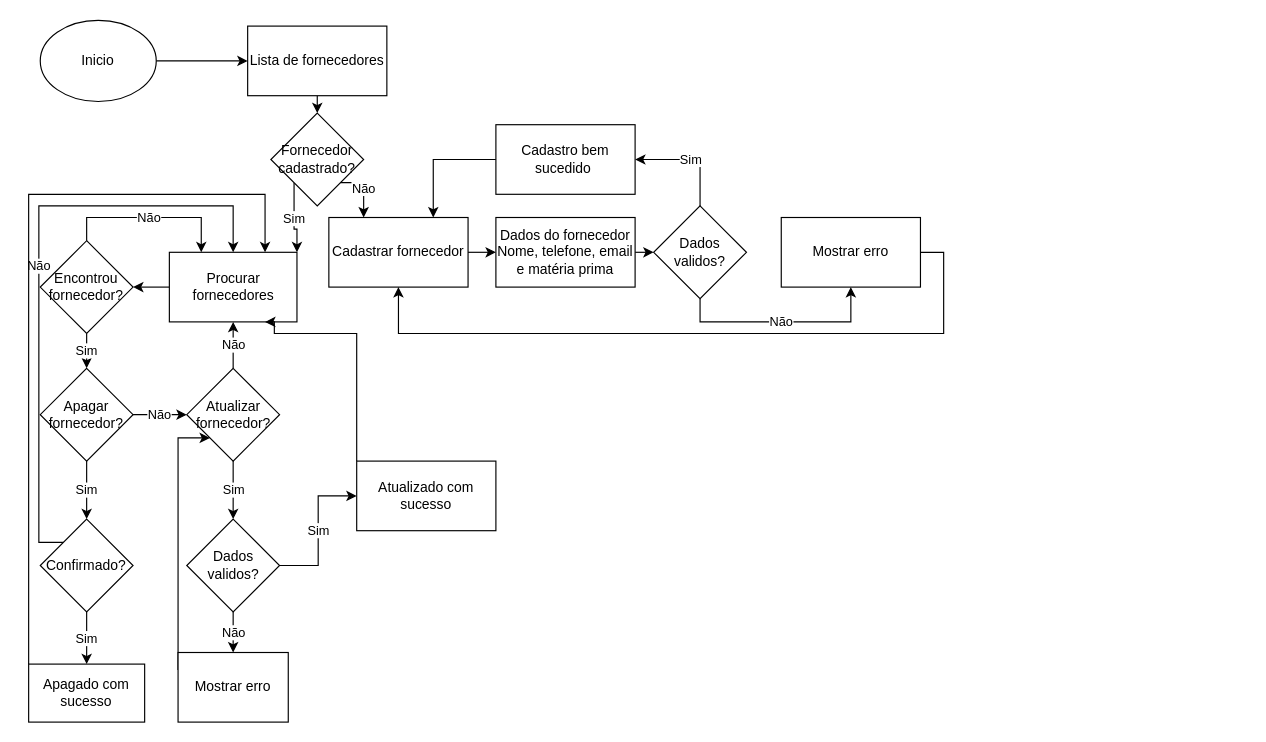
Above: page "Página-2" (2 of 6) of doc/fluxograma.drawio in D3ise/fluxograma (draw.io), before the change. Source tidied: cells renumbered, new cells numbered last; positions are measured from the earlier drawing's top-left corner, leaving out a move shared by most shapes. Both pictures are drawn from the tidied source at 116%, with x=0, y=0 at pixel (28, 20).
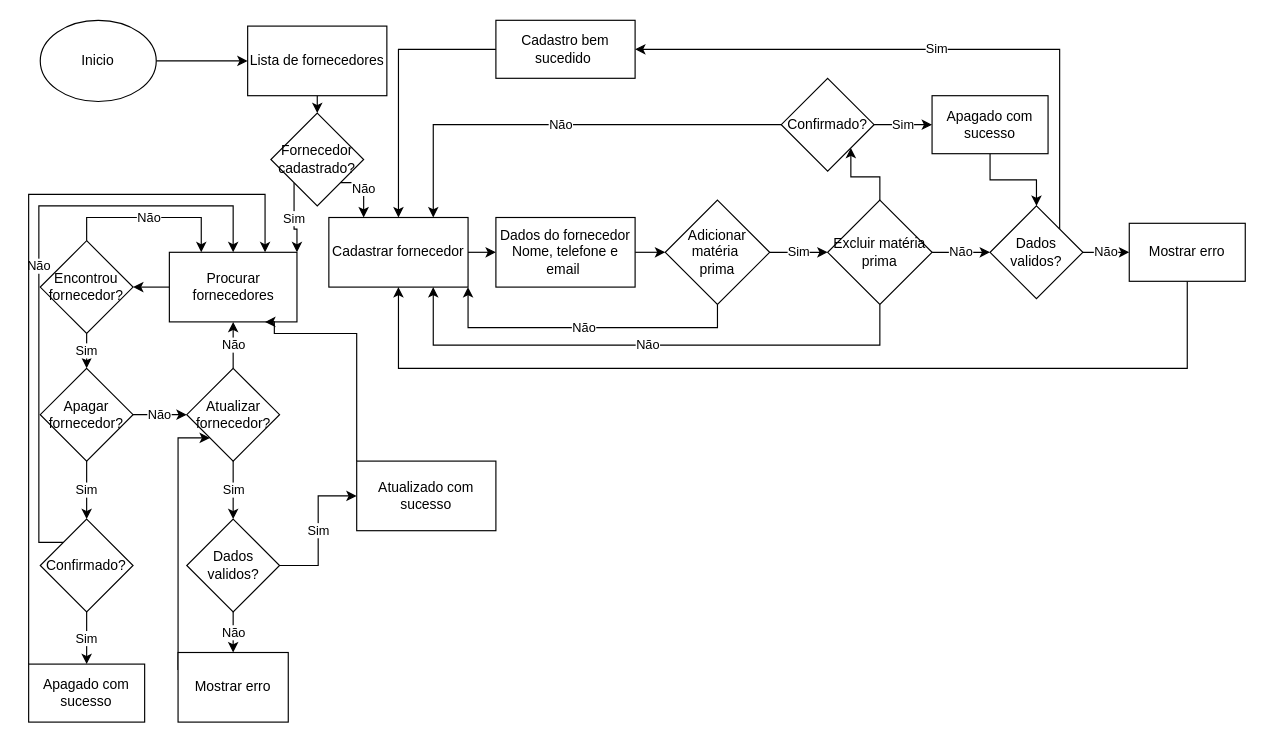
Above is the later version.

The change refers to these unchanged cells:
```xml
<mxCell id="15" value="Cadastrar fornecedor" style="rounded=0;whiteSpace=wrap;html=1;" parent="1" vertex="1">
  <mxGeometry x="259" y="170" width="120" height="60" as="geometry" />
</mxCell>
```

Diff of the diagram source:
```diff
@@
-    <mxCell id="7" style="edgeStyle=orthogonalEdgeStyle;rounded=0;jettySize=auto;html=1;exitX=1;exitY=0.5;exitDx=0;exitDy=0;entryX=0;entryY=0.5;entryDx=0;entryDy=0;" parent="1" edge="1" source="8" target="11">
-      <mxGeometry relative="1" as="geometry" />
-    </mxCell>
-    <mxCell id="8" value="Dados do fornecedor Nome, telefone, email e matéria prima" style="rounded=0;whiteSpace=wrap;html=1;" parent="1" vertex="1">
-      <mxGeometry x="403" y="170" width="120" height="60" as="geometry" />
-    </mxCell>
-    <mxCell id="9" value="Sim" style="edgeStyle=orthogonalEdgeStyle;rounded=0;jettySize=auto;html=1;exitX=0.5;exitY=0;exitDx=0;exitDy=0;entryX=1;entryY=0.5;entryDx=0;entryDy=0;" parent="1" edge="1" source="11" target="22">
-      <mxGeometry relative="1" as="geometry" />
+    <mxCell id="9" value="Sim" style="edgeStyle=orthogonalEdgeStyle;rounded=0;jettySize=auto;html=1;exitX=1;exitY=0;exitDx=0;exitDy=0;entryX=1;entryY=0.5;entryDx=0;entryDy=0;" parent="1" edge="1" source="11" target="22">
+      <mxGeometry relative="1" as="geometry">
+        <Array as="points">
+          <mxPoint x="889" y="25" />
+        </Array>
+      </mxGeometry>
     </mxCell>
-    <mxCell id="10" value="Não" style="edgeStyle=orthogonalEdgeStyle;rounded=0;jettySize=auto;html=1;" parent="1" edge="1" source="11" target="20">
-      <mxGeometry relative="1" as="geometry">
-        <Array as="points">
-          <mxPoint x="579" y="260" />
-          <mxPoint x="709" y="260" />
-        </Array>
-      </mxGeometry>
+    <mxCell id="10" value="Não" style="edgeStyle=orthogonalEdgeStyle;rounded=0;jettySize=auto;html=1;entryX=0;entryY=0.5;entryDx=0;entryDy=0;" parent="1" edge="1" source="11" target="20">
+      <mxGeometry relative="1" as="geometry" />
     </mxCell>
     <mxCell id="11" value="Dados validos?" style="rhombus;whiteSpace=wrap;html=1;" parent="1" vertex="1">
-      <mxGeometry x="539" y="160" width="80" height="80" as="geometry" />
+      <mxGeometry x="829" y="160" width="80" height="80" as="geometry" />
     </mxCell>
@@
-    <mxCell id="14" style="edgeStyle=orthogonalEdgeStyle;rounded=0;jettySize=auto;html=1;exitX=1;exitY=0.5;exitDx=0;exitDy=0;entryX=0;entryY=0.5;entryDx=0;entryDy=0;" parent="1" edge="1" source="15" target="8">
-      <mxGeometry relative="1" as="geometry" />
-    </mxCell>
+    <mxCell id="44" style="edgeStyle=orthogonalEdgeStyle;rounded=0;jettySize=auto;html=1;exitX=1;exitY=0.5;exitDx=0;exitDy=0;entryX=0;entryY=0.5;entryDx=0;entryDy=0;" parent="1" edge="1" source="15" target="53">
+      <mxGeometry relative="1" as="geometry" />
+    </mxCell>
@@
-    <mxCell id="19" style="edgeStyle=orthogonalEdgeStyle;rounded=0;jettySize=auto;html=1;exitX=1;exitY=0.5;exitDx=0;exitDy=0;entryX=0.5;entryY=1;entryDx=0;entryDy=0;" parent="1" edge="1" source="20" target="15">
+    <mxCell id="19" style="edgeStyle=orthogonalEdgeStyle;rounded=0;jettySize=auto;html=1;entryX=0.5;entryY=1;entryDx=0;entryDy=0;" parent="1" edge="1" source="20" target="15">
       <mxGeometry relative="1" as="geometry">
         <Array as="points">
-          <mxPoint x="789" y="200" />
-          <mxPoint x="789" y="270" />
-          <mxPoint x="319" y="270" />
+          <mxPoint x="999" y="300" />
+          <mxPoint x="319" y="300" />
         </Array>
       </mxGeometry>
     </mxCell>
     <mxCell id="20" value="Mostrar erro" style="rounded=0;whiteSpace=wrap;html=1;" parent="1" vertex="1">
-      <mxGeometry x="649" y="170" width="120" height="60" as="geometry" />
+      <mxGeometry x="949" y="175" width="100" height="50" as="geometry" />
     </mxCell>
-    <mxCell id="21" style="edgeStyle=orthogonalEdgeStyle;rounded=0;jettySize=auto;html=1;exitX=0;exitY=0.5;exitDx=0;exitDy=0;entryX=0.75;entryY=0;entryDx=0;entryDy=0;" parent="1" edge="1" source="22" target="15">
+    <mxCell id="21" style="edgeStyle=orthogonalEdgeStyle;rounded=0;jettySize=auto;html=1;exitX=0;exitY=0.5;exitDx=0;exitDy=0;entryX=0.5;entryY=0;entryDx=0;entryDy=0;" parent="1" edge="1" source="22" target="15">
       <mxGeometry relative="1" as="geometry" />
     </mxCell>
     <mxCell id="22" value="Cadastro bem sucedido&amp;nbsp;" style="rounded=0;whiteSpace=wrap;html=1;" parent="1" vertex="1">
-      <mxGeometry x="403" y="90" width="120" height="60" as="geometry" />
+      <mxGeometry x="403" width="120" height="50" as="geometry" />
     </mxCell>
@@
+    <mxCell id="45" value="Sim" style="edgeStyle=orthogonalEdgeStyle;rounded=0;jettySize=auto;html=1;entryX=0;entryY=0.5;entryDx=0;entryDy=0;" parent="1" edge="1" source="47" target="51">
+      <mxGeometry relative="1" as="geometry" />
+    </mxCell>
+    <mxCell id="46" value="Não" style="edgeStyle=orthogonalEdgeStyle;rounded=0;jettySize=auto;html=1;entryX=1;entryY=1;entryDx=0;entryDy=0;" parent="1" edge="1" source="47" target="15">
+      <mxGeometry relative="1" as="geometry">
+        <Array as="points">
+          <mxPoint x="594" y="265" />
+          <mxPoint x="379" y="265" />
+        </Array>
+      </mxGeometry>
+    </mxCell>
+    <mxCell id="47" value="Adicionar matéria&amp;nbsp;&lt;div&gt;prima&lt;/div&gt;" style="rhombus;whiteSpace=wrap;html=1;" parent="1" vertex="1">
+      <mxGeometry x="549" y="155" width="90" height="90" as="geometry" />
+    </mxCell>
+    <mxCell id="48" value="Não" style="edgeStyle=orthogonalEdgeStyle;rounded=0;jettySize=auto;html=1;entryX=0;entryY=0.5;entryDx=0;entryDy=0;" parent="1" edge="1" source="51" target="11">
+      <mxGeometry relative="1" as="geometry" />
+    </mxCell>
+    <mxCell id="49" value="Não" style="edgeStyle=orthogonalEdgeStyle;rounded=0;jettySize=auto;html=1;exitX=0.5;exitY=1;exitDx=0;exitDy=0;entryX=0.75;entryY=1;entryDx=0;entryDy=0;" parent="1" edge="1" source="51" target="15">
+      <mxGeometry relative="1" as="geometry">
+        <Array as="points">
+          <mxPoint x="734" y="280" />
+          <mxPoint x="349" y="280" />
+        </Array>
+      </mxGeometry>
+    </mxCell>
+    <mxCell id="50" style="edgeStyle=orthogonalEdgeStyle;rounded=0;jettySize=auto;html=1;exitX=0.5;exitY=0;exitDx=0;exitDy=0;entryX=1;entryY=1;entryDx=0;entryDy=0;" parent="1" edge="1" source="51" target="56">
+      <mxGeometry relative="1" as="geometry" />
+    </mxCell>
+    <mxCell id="51" value="&lt;div&gt;Excluir matéria prima&lt;/div&gt;" style="rhombus;whiteSpace=wrap;html=1;" parent="1" vertex="1">
+      <mxGeometry x="689" y="155" width="90" height="90" as="geometry" />
+    </mxCell>
+    <mxCell id="52" style="edgeStyle=orthogonalEdgeStyle;rounded=0;jettySize=auto;html=1;exitX=1;exitY=0.5;exitDx=0;exitDy=0;entryX=0;entryY=0.5;entryDx=0;entryDy=0;" parent="1" edge="1" source="53" target="47">
+      <mxGeometry relative="1" as="geometry" />
+    </mxCell>
+    <mxCell id="53" value="Dados do fornecedor Nome, telefone e email&amp;nbsp;" style="rounded=0;whiteSpace=wrap;html=1;" parent="1" vertex="1">
+      <mxGeometry x="403" y="170" width="120" height="60" as="geometry" />
+    </mxCell>
+    <mxCell id="54" value="Sim" style="edgeStyle=orthogonalEdgeStyle;rounded=0;jettySize=auto;html=1;exitX=1;exitY=0.5;exitDx=0;exitDy=0;entryX=0;entryY=0.5;entryDx=0;entryDy=0;" parent="1" edge="1" source="56" target="58">
+      <mxGeometry relative="1" as="geometry" />
+    </mxCell>
+    <mxCell id="55" value="Não" style="edgeStyle=orthogonalEdgeStyle;rounded=0;jettySize=auto;html=1;exitX=0;exitY=0.5;exitDx=0;exitDy=0;entryX=0.75;entryY=0;entryDx=0;entryDy=0;" parent="1" edge="1" source="56" target="15">
+      <mxGeometry relative="1" as="geometry" />
+    </mxCell>
+    <mxCell id="56" value="Confirmado?" style="rhombus;whiteSpace=wrap;html=1;" parent="1" vertex="1">
+      <mxGeometry x="649" y="50" width="80" height="80" as="geometry" />
+    </mxCell>
+    <mxCell id="57" style="edgeStyle=orthogonalEdgeStyle;rounded=0;jettySize=auto;html=1;entryX=0.5;entryY=0;entryDx=0;entryDy=0;" parent="1" edge="1" source="58" target="11">
+      <mxGeometry relative="1" as="geometry" />
+    </mxCell>
+    <mxCell id="58" value="Apagado com sucesso" style="rounded=0;whiteSpace=wrap;html=1;" parent="1" vertex="1">
+      <mxGeometry x="779" y="65" width="100" height="50" as="geometry" />
+    </mxCell>
```
